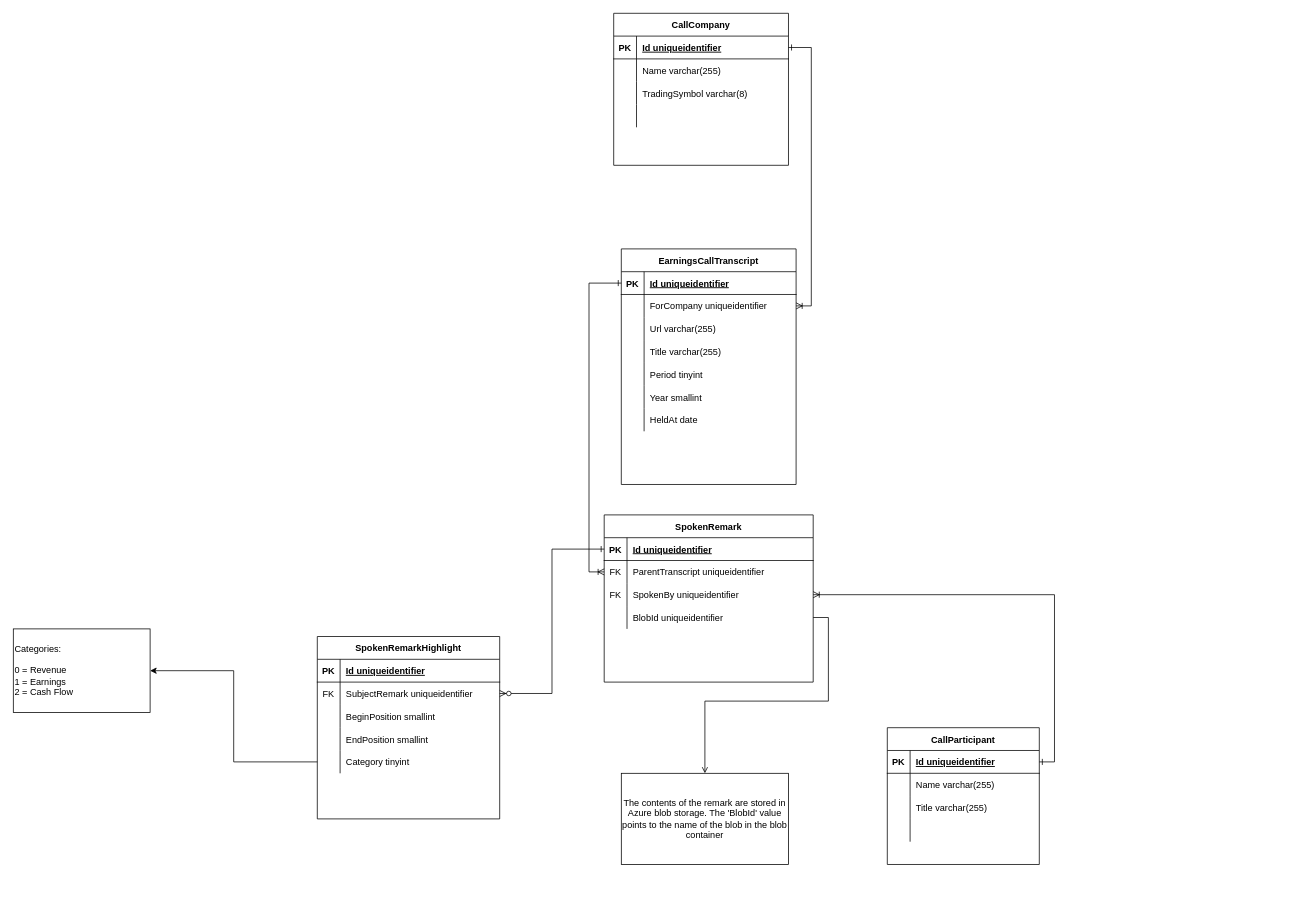
Before: page "Earnings Calls" (4 of 4) of AletheiaErd.drawio in TimHanewich/Aletheia-Engine-Library, a draw.io diagram. Source tidied: cells renumbered, new cells numbered last; positions are measured from the earlier drawing's top-left corner, leaving out a move shared by most shapes. Both pictures are drawn from the tidied source at 76%, with x=0, y=0 at pixel (13, 13).
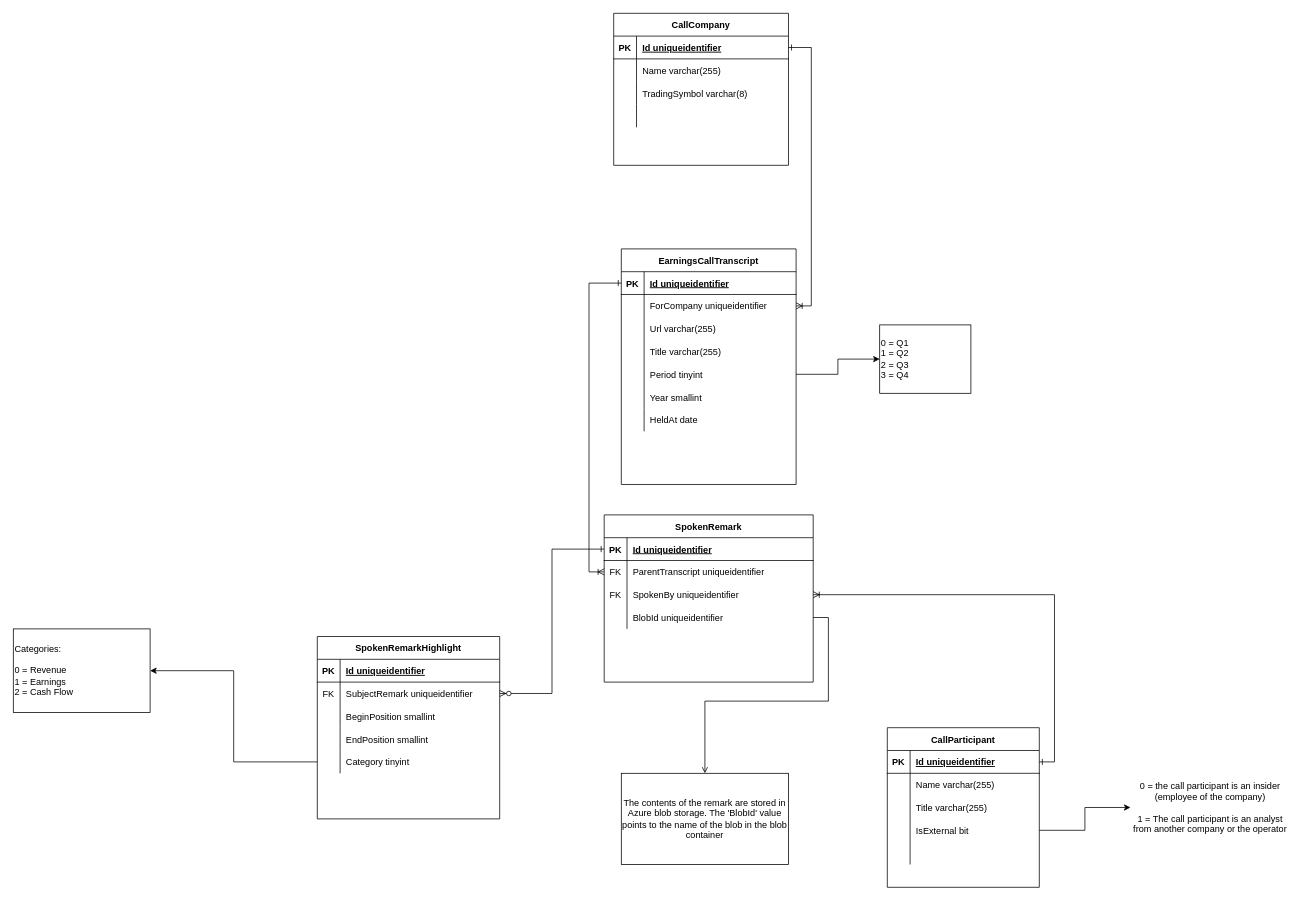
Above is the later version.

Commit message:
Added IsExternal property to CallParticipant

Unchanged cells that the change refers to:
```xml
<mxCell id="41" style="shape=partialRectangle;fillColor=none;top=0;left=0;bottom=0;right=0;points=[[0,0.5],[1,0.5]];portConstraint=eastwest;" parent="28" vertex="1">
  <mxGeometry y="150" width="230" height="30" as="geometry" />
</mxCell>
```

What changed in the source:
```diff
@@
     <mxCell id="15" value="CallParticipant" style="shape=table;startSize=30;childLayout=tableLayout;rowLines=0;fontStyle=1;align=center;" parent="1" vertex="1">
-      <mxGeometry x="1150" y="940" width="200" height="180" as="geometry" />
+      <mxGeometry x="1150" y="940" width="200" height="210" as="geometry" />
     </mxCell>
@@
+    <mxCell id="87" style="shape=partialRectangle;fillColor=none;top=0;left=0;bottom=0;right=0;points=[[0,0.5],[1,0.5]];portConstraint=eastwest;" parent="15" vertex="1">
+      <mxGeometry y="120" width="200" height="30" as="geometry" />
+    </mxCell>
+    <mxCell id="88" style="shape=partialRectangle;fillColor=none;top=0;left=0;bottom=0;right=0;overflow=hidden;" parent="87" vertex="1">
+      <mxGeometry width="30" height="30" as="geometry" />
+    </mxCell>
+    <mxCell id="89" value="IsExternal bit" style="shape=partialRectangle;fillColor=none;top=0;left=0;bottom=0;right=0;align=left;spacingLeft=6;overflow=hidden;" parent="87" vertex="1">
+      <mxGeometry x="30" width="170" height="30" as="geometry" />
+    </mxCell>
     <mxCell id="25" style="shape=partialRectangle;fillColor=none;top=0;left=0;bottom=0;right=0;" parent="15" vertex="1">
-      <mxGeometry y="120" width="200" height="30" as="geometry" />
+      <mxGeometry y="150" width="200" height="30" as="geometry" />
     </mxCell>
@@
+    <mxCell id="90" value="0 = Q1&lt;br&gt;1 = Q2&lt;br&gt;2 = Q3&lt;br&gt;3 = Q4" style="rounded=0;whiteSpace=wrap;html=1;fillColor=#ffffff;align=left;" parent="1" vertex="1">
+      <mxGeometry x="1140" y="410" width="120" height="90" as="geometry" />
+    </mxCell>
+    <mxCell id="91" style="edgeStyle=orthogonalEdgeStyle;rounded=0;jettySize=auto;html=1;exitX=1;exitY=0.5;exitDx=0;exitDy=0;entryX=0;entryY=0.5;entryDx=0;entryDy=0;startArrow=none;startFill=0;endArrow=classic;endFill=1;" parent="1" edge="1" source="41" target="90">
+      <mxGeometry relative="1" as="geometry" />
+    </mxCell>
+    <mxCell id="92" value="0 = the call participant is an insider (employee of the company)&lt;br&gt;&lt;br&gt;1 = The call participant is an analyst from another company or the operator" style="text;html=1;strokeColor=none;fillColor=none;align=center;verticalAlign=middle;whiteSpace=wrap;rounded=0;" parent="1" vertex="1">
+      <mxGeometry x="1470" y="990" width="210" height="110" as="geometry" />
+    </mxCell>
+    <mxCell id="93" style="edgeStyle=orthogonalEdgeStyle;rounded=0;jettySize=auto;html=1;exitX=1;exitY=0.5;exitDx=0;exitDy=0;entryX=0;entryY=0.5;entryDx=0;entryDy=0;startArrow=none;startFill=0;endArrow=classic;endFill=1;" parent="1" edge="1" source="87" target="92">
+      <mxGeometry relative="1" as="geometry" />
+    </mxCell>
```
